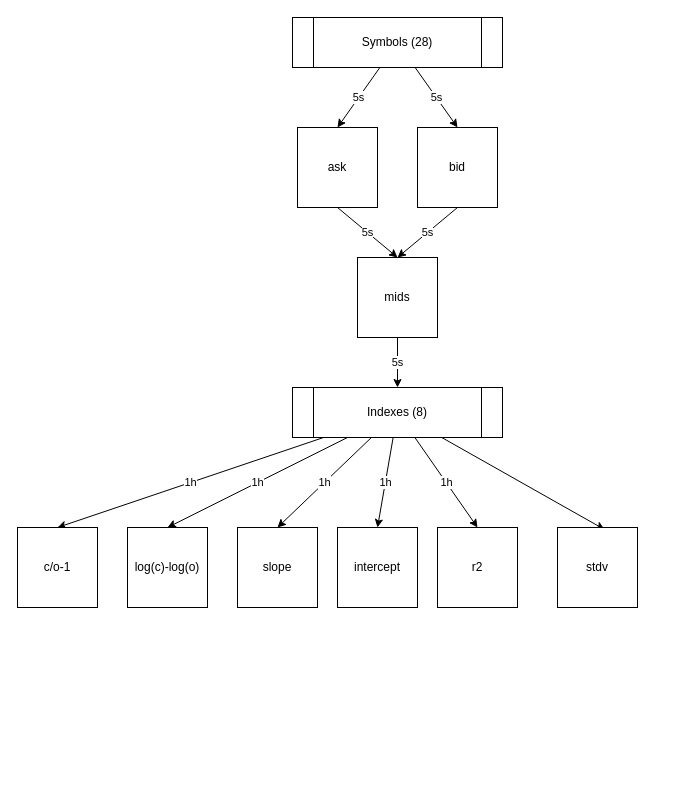
alexcolls/fx-oanda keeps this draw.io diagram as model/db/primary/schema.drawio. Above is the earlier version. Source tidied: cells renumbered, new cells numbered last; positions are measured from the earlier drawing's top-left corner, leaving out a move shared by most shapes. Both pictures are drawn from the tidied source at 100%, with x=0, y=0 at pixel (17, 17).
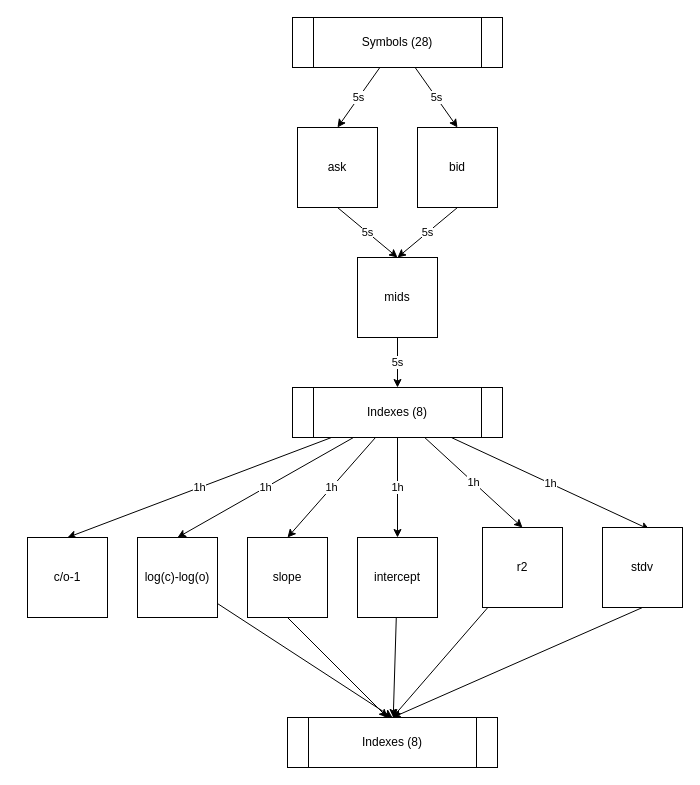
The same diagram, later.

Unchanged cells that the change refers to:
```xml
<mxCell id="17" value="Indexes (8)" style="shape=process;whiteSpace=wrap;html=1;backgroundOutline=1;" parent="1" vertex="1">
  <mxGeometry x="275" y="370" width="210" height="50" as="geometry" />
</mxCell>
```

Change to the diagram source:
```diff
@@
-    <mxCell id="16" style="edgeStyle=none;html=1;entryX=0.588;entryY=0.025;entryDx=0;entryDy=0;entryPerimeter=0;" parent="1" edge="1" source="17" target="23">
+    <mxCell id="16" value="1h" style="edgeStyle=none;html=1;entryX=0.588;entryY=0.025;entryDx=0;entryDy=0;entryPerimeter=0;" parent="1" edge="1" source="17" target="23">
       <mxGeometry relative="1" as="geometry" />
     </mxCell>
@@
+    <mxCell id="24" style="edgeStyle=none;html=1;exitX=0.5;exitY=1;exitDx=0;exitDy=0;" parent="1" edge="1" source="18">
+      <mxGeometry relative="1" as="geometry">
+        <mxPoint x="370" y="700" as="targetPoint" />
+      </mxGeometry>
+    </mxCell>
     <mxCell id="18" value="slope" style="whiteSpace=wrap;html=1;" parent="1" vertex="1">
-      <mxGeometry x="220" y="510" width="80" height="80" as="geometry" />
+      <mxGeometry x="230" y="520" width="80" height="80" as="geometry" />
     </mxCell>
+    <mxCell id="25" style="edgeStyle=none;html=1;" parent="1" edge="1" source="19" target="29">
+      <mxGeometry relative="1" as="geometry" />
+    </mxCell>
     <mxCell id="19" value="intercept" style="whiteSpace=wrap;html=1;" parent="1" vertex="1">
-      <mxGeometry x="320" y="510" width="80" height="80" as="geometry" />
+      <mxGeometry x="340" y="520" width="80" height="80" as="geometry" />
     </mxCell>
+    <mxCell id="26" style="edgeStyle=none;html=1;entryX=0.5;entryY=0;entryDx=0;entryDy=0;" parent="1" edge="1" source="20" target="29">
+      <mxGeometry relative="1" as="geometry" />
+    </mxCell>
     <mxCell id="20" value="r2" style="whiteSpace=wrap;html=1;" parent="1" vertex="1">
-      <mxGeometry x="420" y="510" width="80" height="80" as="geometry" />
+      <mxGeometry x="465" y="510" width="80" height="80" as="geometry" />
     </mxCell>
+    <mxCell id="27" style="edgeStyle=none;html=1;entryX=0.5;entryY=0;entryDx=0;entryDy=0;" parent="1" edge="1" source="21" target="29">
+      <mxGeometry relative="1" as="geometry" />
+    </mxCell>
     <mxCell id="21" value="log(c)-log(o)" style="whiteSpace=wrap;html=1;" parent="1" vertex="1">
-      <mxGeometry x="110" y="510" width="80" height="80" as="geometry" />
+      <mxGeometry x="120" y="520" width="80" height="80" as="geometry" />
     </mxCell>
     <mxCell id="22" value="c/o-1" style="whiteSpace=wrap;html=1;" parent="1" vertex="1">
-      <mxGeometry y="510" width="80" height="80" as="geometry" />
+      <mxGeometry x="10" y="520" width="80" height="80" as="geometry" />
     </mxCell>
+    <mxCell id="28" style="edgeStyle=none;html=1;entryX=0.5;entryY=0;entryDx=0;entryDy=0;exitX=0.5;exitY=1;exitDx=0;exitDy=0;" parent="1" edge="1" source="23" target="29">
+      <mxGeometry relative="1" as="geometry" />
+    </mxCell>
     <mxCell id="23" value="stdv" style="whiteSpace=wrap;html=1;" parent="1" vertex="1">
-      <mxGeometry x="540" y="510" width="80" height="80" as="geometry" />
+      <mxGeometry x="585" y="510" width="80" height="80" as="geometry" />
     </mxCell>
+    <mxCell id="29" value="Indexes (8)" style="shape=process;whiteSpace=wrap;html=1;backgroundOutline=1;" parent="1" vertex="1">
+      <mxGeometry x="270" y="700" width="210" height="50" as="geometry" />
+    </mxCell>
```
